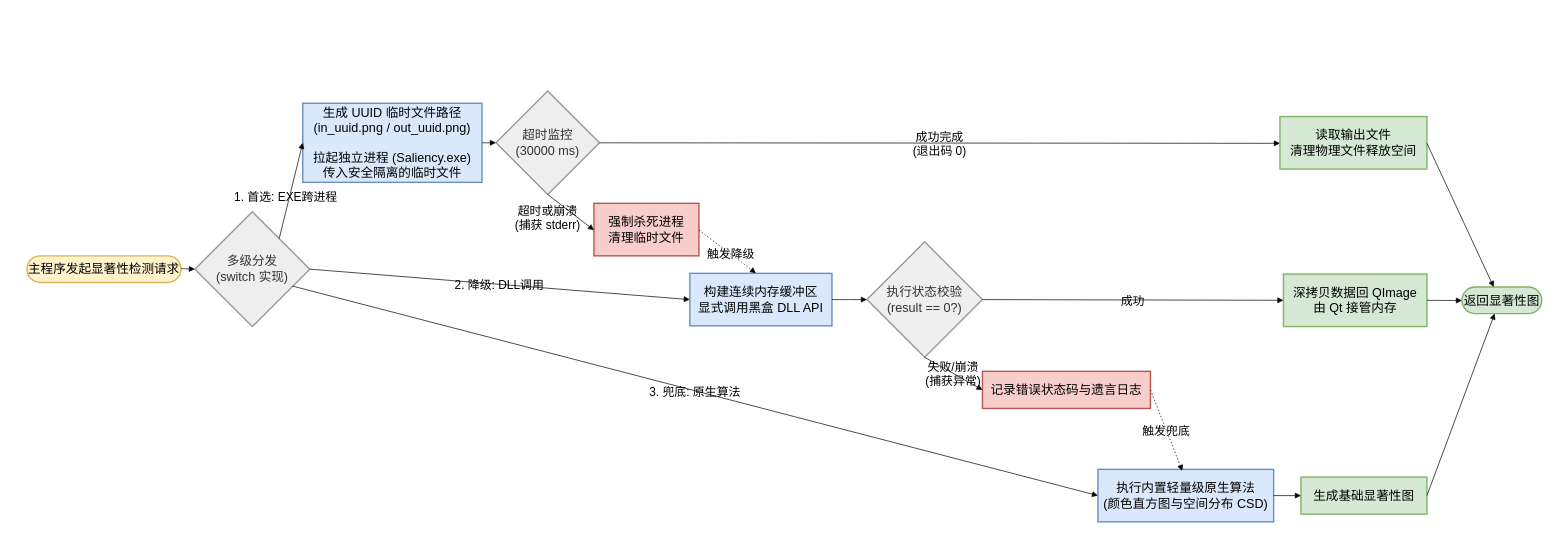
Above: page "第 4 页" (3 of 5) of dialog工厂.drawio in crazyBeliever-He/Mermaid- (draw.io), before the change. Source tidied: cells renumbered, new cells numbered last; positions are measured from the earlier drawing's top-left corner, leaving out a move shared by most shapes. Both pictures are drawn from the tidied source at 70%, with x=0, y=0 at pixel (27, 91).
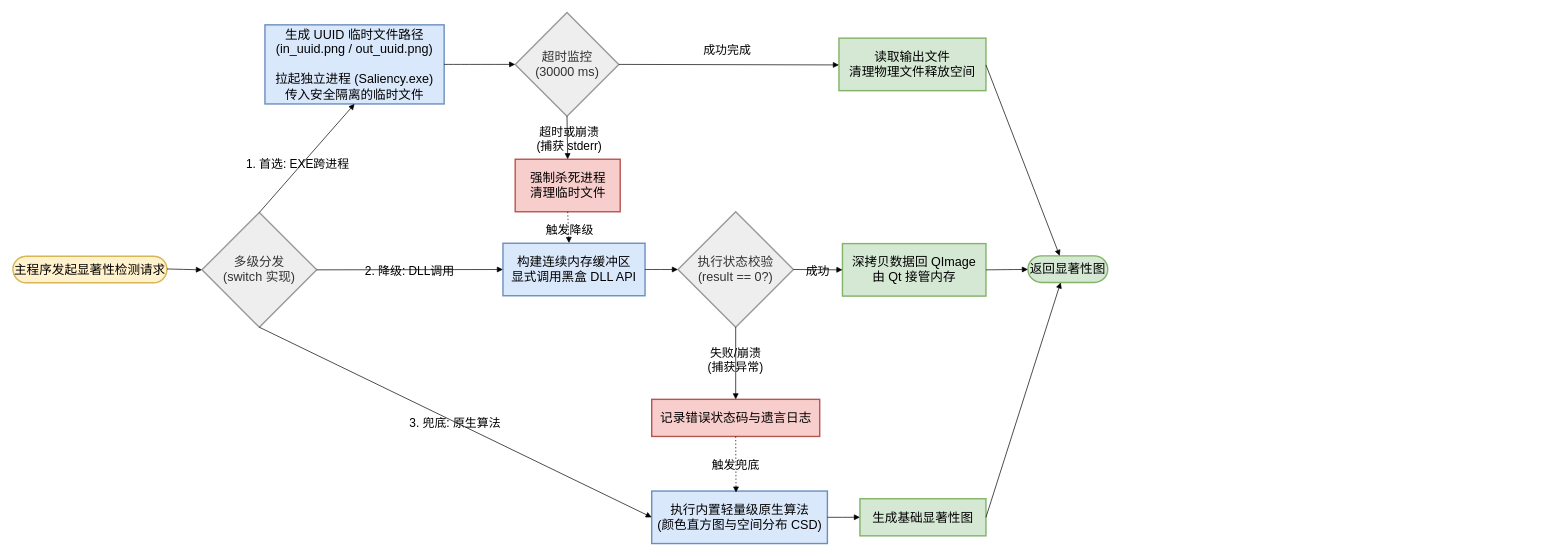
The same page after the edit.

What changed in the source:
```diff
@@
     <mxCell id="2" value="主程序发起显著性检测请求" style="rounded=1;whiteSpace=wrap;arcSize=50;strokeWidth=2;fillColor=#fff2cc;strokeColor=#d6b656;fontSize=18;" parent="1" vertex="1">
-      <mxGeometry y="235" width="220" height="38" as="geometry" />
+      <mxGeometry x="-20" y="235.5" width="220" height="38" as="geometry" />
     </mxCell>
     <mxCell id="3" value="多级分发&#10;(switch 实现)" style="rhombus;strokeWidth=2;whiteSpace=wrap;fillColor=light-dark(#eeeeee,#1f2020);strokeColor=light-dark(#999999,#cccccc);fontColor=light-dark(#333333,#cccccc);fontSize=18;" parent="1" vertex="1">
-      <mxGeometry x="240" y="172" width="164" height="164" as="geometry" />
+      <mxGeometry x="250" y="173" width="164" height="164" as="geometry" />
     </mxCell>
     <mxCell id="4" value="生成 UUID 临时文件路径&#10;(in_uuid.png / out_uuid.png)&#10;&#10;拉起独立进程 (Saliency.exe)&#10;传入安全隔离的临时文件" style="whiteSpace=wrap;strokeWidth=2;fillColor=#dae8fc;strokeColor=#6c8ebf;align=center;fontSize=18;" parent="1" vertex="1">
-      <mxGeometry x="394" y="17" width="256" height="113" as="geometry" />
+      <mxGeometry x="340" y="-95" width="256" height="113" as="geometry" />
     </mxCell>
     <mxCell id="5" value="超时监控&#10;(30000 ms)" style="rhombus;strokeWidth=2;whiteSpace=wrap;fillColor=light-dark(#eeeeee,#1f2020);strokeColor=light-dark(#999999,#cccccc);fontColor=light-dark(#333333,#cccccc);fontSize=18;" parent="1" vertex="1">
-      <mxGeometry x="670" y="-0.5" width="148" height="148" as="geometry" />
+      <mxGeometry x="697.5" y="-112.5" width="148" height="148" as="geometry" />
     </mxCell>
     <mxCell id="6" value="强制杀死进程&#10;清理临时文件" style="whiteSpace=wrap;strokeWidth=2;fillColor=#f8cecc;strokeColor=#b85450;fontSize=18;" parent="1" vertex="1">
-      <mxGeometry x="810" y="160" width="150" height="75" as="geometry" />
+      <mxGeometry x="697.5" y="97" width="150" height="75" as="geometry" />
     </mxCell>
     <mxCell id="7" value="读取输出文件&#10;清理物理文件释放空间" style="whiteSpace=wrap;strokeWidth=2;fillColor=#d5e8d4;strokeColor=#82b366;fontSize=18;" parent="1" vertex="1">
-      <mxGeometry x="1790" y="36" width="210" height="75" as="geometry" />
+      <mxGeometry x="1160" y="-76" width="210" height="75" as="geometry" />
     </mxCell>
     <mxCell id="8" value="返回显著性图" style="rounded=1;whiteSpace=wrap;arcSize=50;strokeWidth=2;fillColor=#d5e8d4;strokeColor=#82b366;fontSize=18;" parent="1" vertex="1">
-      <mxGeometry x="2050" y="279.5" width="114" height="38" as="geometry" />
+      <mxGeometry x="1430" y="235" width="114" height="38" as="geometry" />
     </mxCell>
     <mxCell id="9" value="构建连续内存缓冲区&#10;显式调用黑盒 DLL API" style="whiteSpace=wrap;strokeWidth=2;fillColor=#dae8fc;strokeColor=#6c8ebf;fontSize=18;" parent="1" vertex="1">
-      <mxGeometry x="947" y="260" width="203" height="75" as="geometry" />
+      <mxGeometry x="680" y="217" width="203" height="75" as="geometry" />
     </mxCell>
     <mxCell id="10" value="执行状态校验&#10;(result == 0?)" style="rhombus;strokeWidth=2;whiteSpace=wrap;fillColor=light-dark(#eeeeee,#1f2020);strokeColor=light-dark(#999999,#cccccc);fontColor=light-dark(#333333,#cccccc);fontSize=18;" parent="1" vertex="1">
-      <mxGeometry x="1200" y="215" width="165" height="165" as="geometry" />
+      <mxGeometry x="930" y="172" width="165" height="165" as="geometry" />
     </mxCell>
     <mxCell id="11" value="深拷贝数据回 QImage&#10;由 Qt 接管内存" style="whiteSpace=wrap;strokeWidth=2;fillColor=#d5e8d4;strokeColor=#82b366;fontSize=18;" parent="1" vertex="1">
-      <mxGeometry x="1795" y="261" width="205" height="75" as="geometry" />
+      <mxGeometry x="1165" y="217.5" width="205" height="75" as="geometry" />
     </mxCell>
     <mxCell id="12" value="记录错误状态码与遗言日志" style="whiteSpace=wrap;strokeWidth=2;fillColor=#f8cecc;strokeColor=#b85450;fontSize=18;" parent="1" vertex="1">
-      <mxGeometry x="1365" y="400" width="240" height="53" as="geometry" />
+      <mxGeometry x="892.5" y="440" width="240" height="53" as="geometry" />
     </mxCell>
     <mxCell id="13" value="执行内置轻量级原生算法&#10;(颜色直方图与空间分布 CSD)" style="whiteSpace=wrap;strokeWidth=2;fillColor=#dae8fc;strokeColor=#6c8ebf;fontSize=18;" parent="1" vertex="1">
-      <mxGeometry x="1530" y="540" width="251" height="75" as="geometry" />
+      <mxGeometry x="892.5" y="571" width="251" height="75" as="geometry" />
     </mxCell>
     <mxCell id="14" value="生成基础显著性图" style="whiteSpace=wrap;strokeWidth=2;fillColor=#d5e8d4;strokeColor=#82b366;fontSize=18;" parent="1" vertex="1">
-      <mxGeometry x="1820" y="551" width="180" height="53" as="geometry" />
+      <mxGeometry x="1190" y="582" width="180" height="53" as="geometry" />
     </mxCell>
@@
-    <mxCell id="16" value="1. 首选: EXE跨进程" style="startArrow=none;endArrow=block;exitX=0.94;exitY=0;entryX=0;entryY=0.5;rounded=0;fontSize=17;labelBackgroundColor=none;" parent="1" edge="1" source="3" target="4">
+    <mxCell id="16" value="1. 首选: EXE跨进程" style="startArrow=none;endArrow=block;exitX=0.5;exitY=0;entryX=0.5;entryY=1;rounded=0;fontSize=17;labelBackgroundColor=none;exitDx=0;exitDy=0;entryDx=0;entryDy=0;" parent="1" edge="1" source="3" target="4">
       <mxGeometry x="-0.14" y="5" relative="1" as="geometry" />
     </mxCell>
@@
-    <mxCell id="18" value="超时或崩溃&#10;(捕获 stderr)" style="startArrow=none;endArrow=block;exitX=0.5;exitY=1;entryX=0;entryY=0.51;rounded=0;exitDx=0;exitDy=0;fontSize=17;labelBackgroundColor=none;" parent="1" edge="1" source="5" target="6">
-      <mxGeometry x="-0.52" y="-26" relative="1" as="geometry" />
+    <mxCell id="18" value="超时或崩溃&#10;(捕获 stderr)" style="startArrow=none;endArrow=block;exitX=0.5;exitY=1;entryX=0.5;entryY=0;rounded=0;exitDx=0;exitDy=0;fontSize=17;labelBackgroundColor=none;entryDx=0;entryDy=0;" parent="1" edge="1" source="5" target="6">
+      <mxGeometry x="0.05" y="3" relative="1" as="geometry" />
     </mxCell>
-    <mxCell id="19" value="成功完成&#10;(退出码 0)" style="startArrow=none;endArrow=block;exitX=1;exitY=0.5;entryX=0;entryY=0.51;rounded=0;exitDx=0;exitDy=0;labelBackgroundColor=none;fontSize=17;" parent="1" edge="1" source="5" target="7">
-      <mxGeometry relative="1" as="geometry" />
+    <mxCell id="19" value="成功完成" style="startArrow=none;endArrow=block;exitX=1;exitY=0.5;entryX=0;entryY=0.51;rounded=0;exitDx=0;exitDy=0;labelBackgroundColor=none;fontSize=17;" parent="1" edge="1" source="5" target="7">
+      <mxGeometry x="-0.02" y="22" relative="1" as="geometry">
+        <mxPoint x="1" as="offset" />
+      </mxGeometry>
     </mxCell>
@@
-    <mxCell id="21" value="触发降级" style="dashed=1;dashPattern=2 3;startArrow=none;endArrow=block;exitX=1;exitY=0.51;entryX=0.465;entryY=-0.004;rounded=0;labelBackgroundColor=none;fontSize=17;entryDx=0;entryDy=0;entryPerimeter=0;" parent="1" edge="1" source="6" target="9">
+    <mxCell id="21" value="触发降级" style="dashed=1;dashPattern=2 3;startArrow=none;endArrow=block;exitX=0.5;exitY=1;entryX=0.465;entryY=-0.004;rounded=0;labelBackgroundColor=none;fontSize=17;entryDx=0;entryDy=0;entryPerimeter=0;exitDx=0;exitDy=0;" parent="1" edge="1" source="6" target="9">
       <mxGeometry x="0.1" y="2" relative="1" as="geometry" />
     </mxCell>
@@
-    <mxCell id="26" value="失败/崩溃&#10;(捕获异常)" style="startArrow=none;endArrow=block;exitX=0.5;exitY=1;entryX=0;entryY=0.5;rounded=0;exitDx=0;exitDy=0;fontSize=17;labelBackgroundColor=none;" parent="1" edge="1" source="10" target="12">
-      <mxGeometry relative="1" as="geometry" />
+    <mxCell id="26" value="失败/崩溃&#10;(捕获异常)" style="startArrow=none;endArrow=block;exitX=0.5;exitY=1;entryX=0.5;entryY=0;rounded=0;exitDx=0;exitDy=0;fontSize=17;labelBackgroundColor=none;entryDx=0;entryDy=0;" parent="1" edge="1" source="10" target="12">
+      <mxGeometry x="-0.1" relative="1" as="geometry" />
     </mxCell>
-    <mxCell id="27" value="触发兜底" style="dashed=1;dashPattern=2 3;startArrow=none;endArrow=block;exitX=1;exitY=0.5;entryX=0.48;entryY=0.029;rounded=0;entryDx=0;entryDy=0;entryPerimeter=0;fontSize=17;labelBackgroundColor=none;" parent="1" edge="1" source="12" target="13">
+    <mxCell id="27" value="触发兜底" style="dashed=1;dashPattern=2 3;startArrow=none;endArrow=block;exitX=0.5;exitY=1;entryX=0.48;entryY=0.029;rounded=0;entryDx=0;entryDy=0;entryPerimeter=0;fontSize=17;labelBackgroundColor=none;exitDx=0;exitDy=0;" parent="1" edge="1" source="12" target="13">
       <mxGeometry relative="1" as="geometry" />
     </mxCell>
-    <mxCell id="28" value="3. 兜底: 原生算法" style="startArrow=none;endArrow=block;exitX=1;exitY=0.71;entryX=0;entryY=0.5;rounded=0;labelBackgroundColor=none;fontSize=17;entryDx=0;entryDy=0;" parent="1" edge="1" source="3" target="13">
+    <mxCell id="28" value="3. 兜底: 原生算法" style="startArrow=none;endArrow=block;exitX=0.5;exitY=1;entryX=0;entryY=0.5;rounded=0;labelBackgroundColor=none;fontSize=17;entryDx=0;entryDy=0;exitDx=0;exitDy=0;" parent="1" edge="1" source="3" target="13">
       <mxGeometry relative="1" as="geometry" />
     </mxCell>
```
